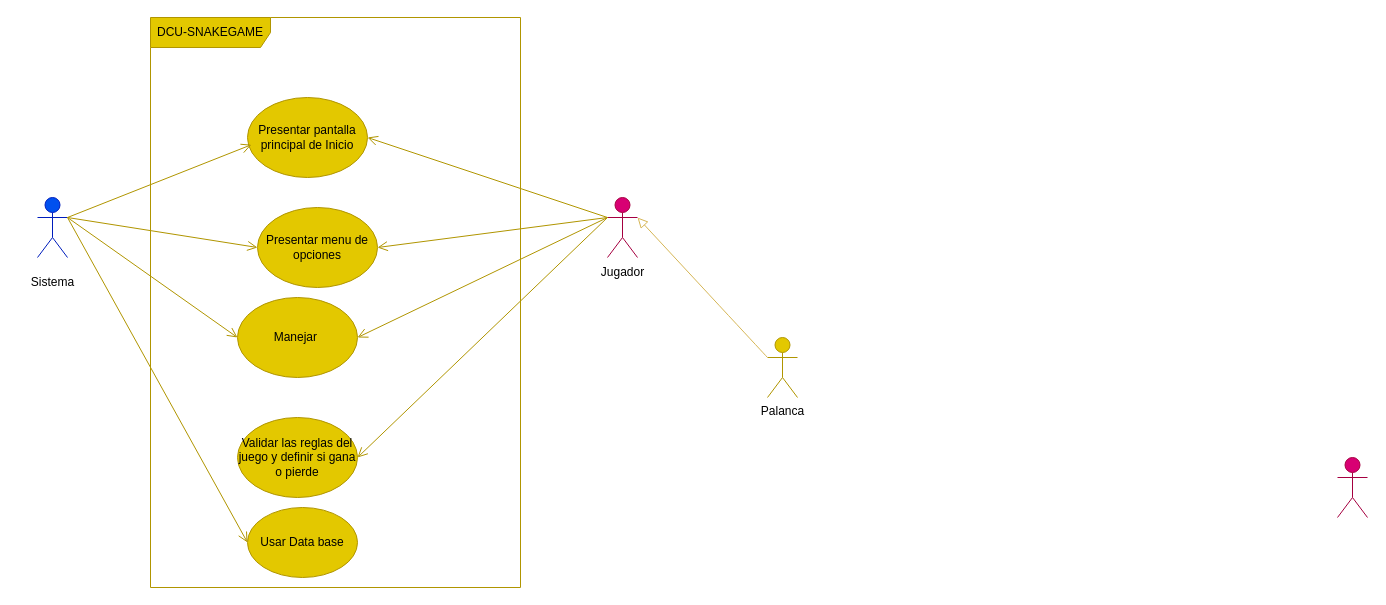
Juancb28/SnakeGame keeps this draw.io diagram as design/DCU_SNAKEGAME.dio. Above is the earlier version. Source tidied: cells renumbered, new cells numbered last; positions are measured from the earlier drawing's top-left corner, leaving out a move shared by most shapes. Both pictures are drawn from the tidied source at 100%, with x=0, y=0 at pixel (17, 17).
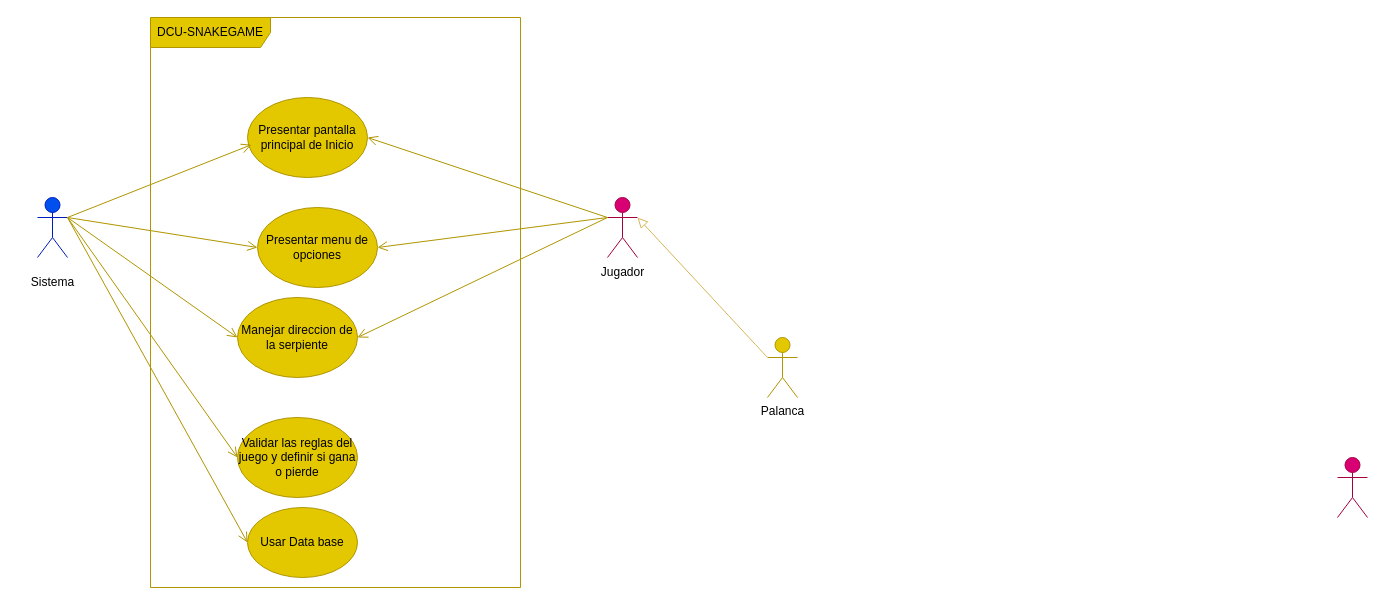
Above is the later version.

Commit message:
Problem in UML

The change refers to these unchanged cells:
```xml
<mxCell id="3" value="Jugador" style="shape=umlActor;verticalLabelPosition=bottom;verticalAlign=top;html=1;outlineConnect=0;fillColor=#0050ef;fontColor=#ffffff;strokeColor=#001DBC;" parent="1" vertex="1">
  <mxGeometry x="20" y="180" width="30" height="60" as="geometry" />
</mxCell>
<mxCell id="4" value="Juego" style="shape=umlActor;verticalLabelPosition=bottom;verticalAlign=top;html=1;outlineConnect=0;fillColor=#d80073;fontColor=#ffffff;strokeColor=#A50040;" parent="1" vertex="1">
  <mxGeometry x="590" y="180" width="30" height="60" as="geometry" />
</mxCell>
<mxCell id="5" value="Validar las reglas del juego y definir si gana o pierde" style="ellipse;whiteSpace=wrap;html=1;fillColor=#e3c800;fontColor=#000000;strokeColor=#B09500;" parent="1" vertex="1">
  <mxGeometry x="220" y="400" width="120" height="80" as="geometry" />
</mxCell>
```

The edit, as a diff of the source:
```diff
@@
-    <mxCell id="7" value="Manejar&amp;nbsp;" style="ellipse;whiteSpace=wrap;html=1;fillColor=#e3c800;fontColor=#000000;strokeColor=#B09500;" parent="1" vertex="1">
+    <mxCell id="7" value="Manejar direccion de la serpiente" style="ellipse;whiteSpace=wrap;html=1;fillColor=#e3c800;fontColor=#000000;strokeColor=#B09500;" parent="1" vertex="1">
       <mxGeometry x="220" y="280" width="120" height="80" as="geometry" />
     </mxCell>
@@
-    <mxCell id="11" style="endArrow=open;startArrow=none;endFill=0;startFill=0;endSize=8;html=1;verticalAlign=bottom;labelBackgroundColor=none;strokeWidth=1;entryX=1;entryY=0.5;entryDx=0;entryDy=0;exitX=0;exitY=0.3333333333333333;exitDx=0;exitDy=0;exitPerimeter=0;fillColor=#e3c800;strokeColor=#B09500;" parent="1" edge="1" source="4" target="5">
+    <mxCell id="11" style="endArrow=open;startArrow=none;endFill=0;startFill=0;endSize=8;html=1;verticalAlign=bottom;labelBackgroundColor=none;strokeWidth=1;entryX=0;entryY=0.5;entryDx=0;entryDy=0;exitX=1;exitY=0.3333333333333333;exitDx=0;exitDy=0;exitPerimeter=0;fillColor=#e3c800;strokeColor=#B09500;" parent="1" edge="1" source="3" target="5">
       <mxGeometry relative="1" as="geometry" />
     </mxCell>
```
